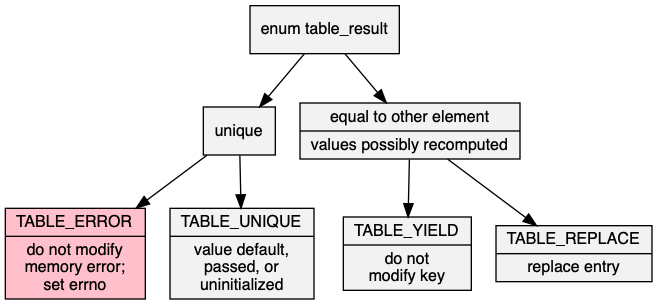
Above: web/put.png in neil-edelman/boxes (Graphviz), before the change. Its source is kept beside it as web/put.gv.
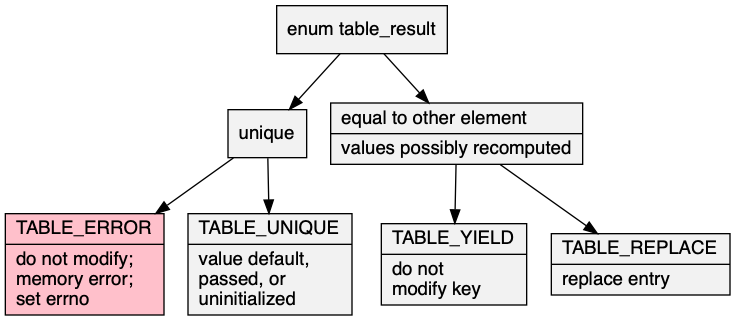
Above is the later version.

The edit, as a diff of the source:
```diff
@@ -1,10 +1,7 @@
 digraph {
-	graph [truecolor=true, bgcolor=transparent];
-	node [shape=record, style=filled, fillcolor=Grey95];
-	fontname = "Bitstream Vera Sans";
-	fontsize = 12;
-	node [fontname = "Bitstream Vera Sans", fontsize = 12];
-	edge [fontname = "Bitstream Vera Sans" fontsize = 12];
+	graph [truecolor=true, bgcolor=transparent, fontname = "Bitstream Vera Sans"];
+	node [shape=record, style=filled, fillcolor="Grey95", fontname="Bitstream Vera Sans"];
+	edge [fontname="Bitstream Vera Sans"];
 	put [label="enum table_result"];
 	put -> unique;
 	unique -> error;
@@ -12,9 +9,9 @@
 	put -> equal;
 	equal -> yield;
 	equal -> replace;
-	error [label="{TABLE_ERROR|do not modify\nmemory error;\nset errno}", fillcolor="Pink"];
-	equal [label="{equal to other element|values possibly recomputed}"];
-	grow [label="{TABLE_UNIQUE|value default,\npassed, or\nuninitialized}"];
-	yield [label="{TABLE_YIELD|do not\nmodify key}"];
-	replace [label="{TABLE_REPLACE|replace entry}"];
+	error [label="{TABLE_ERROR\l|do not modify;\lmemory error;\lset errno\l}", fillcolor="Pink"];
+	equal [label="{equal to other element\l|values possibly recomputed\l}"];
+	grow [label="{TABLE_UNIQUE\l|value default,\lpassed, or\luninitialized\l}"];
+	yield [label="{TABLE_YIELD\l|do not\lmodify key\l}"];
+	replace [label="{TABLE_REPLACE\l|replace entry\l}"];
 }
```
